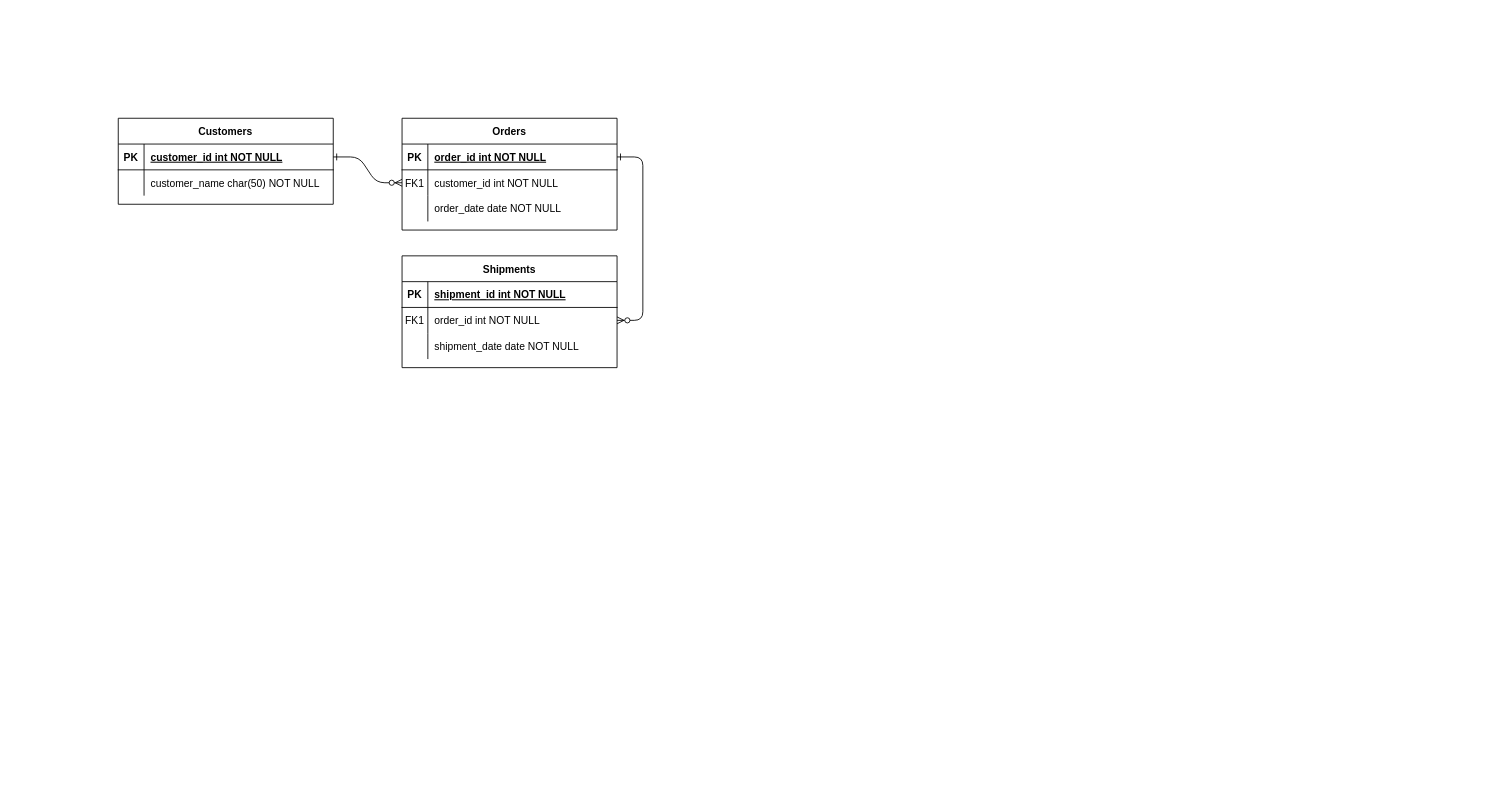
This is Untitled Diagram.drawio from Wenjli974/chatbot_rag_evals, a draw.io file, before an edit. Source tidied: cells renumbered, new cells numbered last; positions are measured from the earlier drawing's top-left corner, leaving out a move shared by most shapes. Both pictures are drawn from the tidied source at 86%, with x=0, y=0 at pixel (118, 118).
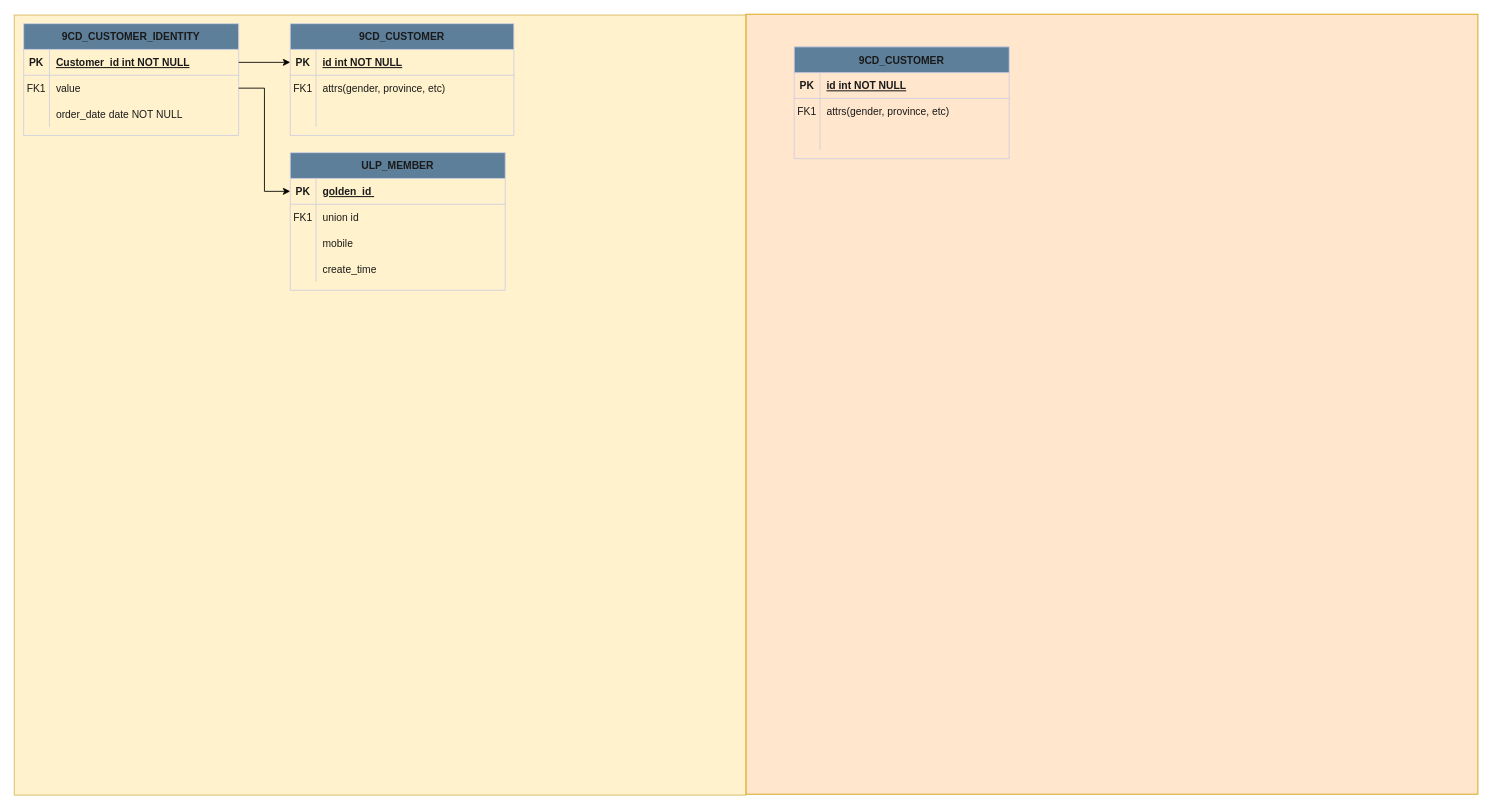
The same diagram, later.

Change to the diagram source:
```diff
@@
-    <mxCell id="2" style="edgeStyle=entityRelationEdgeStyle;endArrow=ERzeroToMany;startArrow=ERone;endFill=1;startFill=0;" parent="1" edge="1" source="25" target="8">
-      <mxGeometry relative="1" as="geometry" />
-    </mxCell>
-    <mxCell id="3" style="edgeStyle=entityRelationEdgeStyle;endArrow=ERzeroToMany;startArrow=ERone;endFill=1;startFill=0;" parent="1" edge="1" source="5" target="18">
-      <mxGeometry relative="1" as="geometry" />
-    </mxCell>
+    <mxCell id="31" style="rounded=0;whiteSpace=wrap;html=1;fillColor=#fff2cc;strokeColor=#d6b656;" parent="1" vertex="1">
+      <mxGeometry x="-121" y="-120" width="851" height="907" as="geometry" />
+    </mxCell>
+    <mxCell id="32" style="rounded=0;whiteSpace=wrap;html=1;fillColor=#ffe6cc;strokeColor=#d79b00;" parent="1" vertex="1">
+      <mxGeometry x="730" y="-121" width="851" height="907" as="geometry" />
+    </mxCell>
-    <mxCell id="4" value="Orders" style="shape=table;startSize=30;childLayout=tableLayout;rowLines=0;fontStyle=1;align=center;" parent="1" vertex="1">
-      <mxGeometry x="330" width="250" height="130" as="geometry" />
+    <mxCell id="4" value="9CD_CUSTOMER_IDENTITY" style="shape=table;startSize=30;childLayout=tableLayout;rowLines=0;fontStyle=1;align=center;labelBackgroundColor=none;fillColor=#5D7F99;strokeColor=#D0CEE2;fontColor=#1A1A1A;rounded=0;" parent="1" vertex="1">
+      <mxGeometry x="-110" y="-110" width="250" height="130" as="geometry" />
     </mxCell>
-    <mxCell id="5" style="shape=partialRectangle;fillColor=none;points=[[0,0.5],[1,0.5]];portConstraint=eastwest;top=0;left=0;right=0;bottom=1;" parent="4" vertex="1">
+    <mxCell id="5" style="shape=partialRectangle;fillColor=none;points=[[0,0.5],[1,0.5]];portConstraint=eastwest;top=0;left=0;right=0;bottom=1;labelBackgroundColor=none;strokeColor=#D0CEE2;fontColor=#1A1A1A;rounded=0;" parent="4" vertex="1">
       <mxGeometry y="30" width="250" height="30" as="geometry" />
     </mxCell>
-    <mxCell id="6" value="PK" style="shape=partialRectangle;overflow=hidden;fillColor=none;top=0;left=0;bottom=0;right=0;fontStyle=1;" parent="5" vertex="1">
+    <mxCell id="6" value="PK" style="shape=partialRectangle;overflow=hidden;fillColor=none;top=0;left=0;bottom=0;right=0;fontStyle=1;labelBackgroundColor=none;strokeColor=#D0CEE2;fontColor=#1A1A1A;rounded=0;" parent="5" vertex="1">
       <mxGeometry width="30" height="30" as="geometry" />
     </mxCell>
-    <mxCell id="7" value="order_id int NOT NULL " style="shape=partialRectangle;overflow=hidden;fillColor=none;top=0;left=0;bottom=0;right=0;align=left;spacingLeft=6;fontStyle=5;" parent="5" vertex="1">
+    <mxCell id="7" value="Customer_id int NOT NULL " style="shape=partialRectangle;overflow=hidden;fillColor=none;top=0;left=0;bottom=0;right=0;align=left;spacingLeft=6;fontStyle=5;labelBackgroundColor=none;strokeColor=#D0CEE2;fontColor=#1A1A1A;rounded=0;" parent="5" vertex="1">
       <mxGeometry x="30" width="220" height="30" as="geometry" />
     </mxCell>
-    <mxCell id="8" style="shape=partialRectangle;fillColor=none;points=[[0,0.5],[1,0.5]];portConstraint=eastwest;top=0;left=0;right=0;bottom=0;" parent="4" vertex="1">
+    <mxCell id="8" style="shape=partialRectangle;fillColor=none;points=[[0,0.5],[1,0.5]];portConstraint=eastwest;top=0;left=0;right=0;bottom=0;labelBackgroundColor=none;strokeColor=#D0CEE2;fontColor=#1A1A1A;rounded=0;" parent="4" vertex="1">
       <mxGeometry y="60" width="250" height="30" as="geometry" />
     </mxCell>
-    <mxCell id="9" value="FK1" style="shape=partialRectangle;overflow=hidden;fillColor=none;top=0;left=0;bottom=0;right=0;" parent="8" vertex="1">
+    <mxCell id="9" value="FK1" style="shape=partialRectangle;overflow=hidden;fillColor=none;top=0;left=0;bottom=0;right=0;labelBackgroundColor=none;strokeColor=#D0CEE2;fontColor=#1A1A1A;rounded=0;" parent="8" vertex="1">
       <mxGeometry width="30" height="30" as="geometry" />
     </mxCell>
-    <mxCell id="10" value="customer_id int NOT NULL" style="shape=partialRectangle;overflow=hidden;fillColor=none;top=0;left=0;bottom=0;right=0;align=left;spacingLeft=6;" parent="8" vertex="1">
+    <mxCell id="10" value="value" style="shape=partialRectangle;overflow=hidden;fillColor=none;top=0;left=0;bottom=0;right=0;align=left;spacingLeft=6;labelBackgroundColor=none;strokeColor=#D0CEE2;fontColor=#1A1A1A;rounded=0;" parent="8" vertex="1">
       <mxGeometry x="30" width="220" height="30" as="geometry" />
     </mxCell>
-    <mxCell id="11" style="shape=partialRectangle;fillColor=none;top=0;left=0;right=0;bottom=0;" parent="4" vertex="1">
+    <mxCell id="11" style="shape=partialRectangle;fillColor=none;top=0;left=0;right=0;bottom=0;labelBackgroundColor=none;strokeColor=#D0CEE2;fontColor=#1A1A1A;rounded=0;" parent="4" vertex="1">
       <mxGeometry y="90" width="250" height="30" as="geometry" />
     </mxCell>
-    <mxCell id="12" style="shape=partialRectangle;overflow=hidden;fillColor=none;top=0;left=0;bottom=0;right=0;" parent="11" vertex="1">
+    <mxCell id="12" style="shape=partialRectangle;overflow=hidden;fillColor=none;top=0;left=0;bottom=0;right=0;labelBackgroundColor=none;strokeColor=#D0CEE2;fontColor=#1A1A1A;rounded=0;" parent="11" vertex="1">
       <mxGeometry width="30" height="30" as="geometry" />
     </mxCell>
-    <mxCell id="13" value="order_date date NOT NULL" style="shape=partialRectangle;overflow=hidden;fillColor=none;top=0;left=0;bottom=0;right=0;align=left;spacingLeft=6;" parent="11" vertex="1">
+    <mxCell id="13" value="order_date date NOT NULL" style="shape=partialRectangle;overflow=hidden;fillColor=none;top=0;left=0;bottom=0;right=0;align=left;spacingLeft=6;labelBackgroundColor=none;strokeColor=#D0CEE2;fontColor=#1A1A1A;rounded=0;" parent="11" vertex="1">
       <mxGeometry x="30" width="220" height="30" as="geometry" />
     </mxCell>
-    <mxCell id="14" value="Shipments" style="shape=table;startSize=30;childLayout=tableLayout;rowLines=0;fontStyle=1;align=center;" parent="1" vertex="1">
-      <mxGeometry x="330" y="160" width="250" height="130" as="geometry" />
+    <mxCell id="14" value="9CD_CUSTOMER" style="shape=table;startSize=30;childLayout=tableLayout;rowLines=0;fontStyle=1;align=center;labelBackgroundColor=none;fillColor=#5D7F99;strokeColor=#D0CEE2;fontColor=#1A1A1A;rounded=0;" parent="1" vertex="1">
+      <mxGeometry x="200" y="-110" width="260" height="130" as="geometry" />
     </mxCell>
-    <mxCell id="15" style="shape=partialRectangle;fillColor=none;points=[[0,0.5],[1,0.5]];portConstraint=eastwest;top=0;left=0;right=0;bottom=1;" parent="14" vertex="1">
-      <mxGeometry y="30" width="250" height="30" as="geometry" />
+    <mxCell id="15" style="shape=partialRectangle;fillColor=none;points=[[0,0.5],[1,0.5]];portConstraint=eastwest;top=0;left=0;right=0;bottom=1;labelBackgroundColor=none;strokeColor=#D0CEE2;fontColor=#1A1A1A;rounded=0;" parent="14" vertex="1">
+      <mxGeometry y="30" width="260" height="30" as="geometry" />
     </mxCell>
-    <mxCell id="16" value="PK" style="shape=partialRectangle;overflow=hidden;fillColor=none;top=0;left=0;bottom=0;right=0;fontStyle=1;" parent="15" vertex="1">
+    <mxCell id="16" value="PK" style="shape=partialRectangle;overflow=hidden;fillColor=none;top=0;left=0;bottom=0;right=0;fontStyle=1;labelBackgroundColor=none;strokeColor=#D0CEE2;fontColor=#1A1A1A;rounded=0;" parent="15" vertex="1">
       <mxGeometry width="30" height="30" as="geometry" />
     </mxCell>
-    <mxCell id="17" value="shipment_id int NOT NULL " style="shape=partialRectangle;overflow=hidden;fillColor=none;top=0;left=0;bottom=0;right=0;align=left;spacingLeft=6;fontStyle=5;" parent="15" vertex="1">
-      <mxGeometry x="30" width="220" height="30" as="geometry" />
+    <mxCell id="17" value="id int NOT NULL " style="shape=partialRectangle;overflow=hidden;fillColor=none;top=0;left=0;bottom=0;right=0;align=left;spacingLeft=6;fontStyle=5;labelBackgroundColor=none;strokeColor=#D0CEE2;fontColor=#1A1A1A;rounded=0;" parent="15" vertex="1">
+      <mxGeometry x="30" width="230" height="30" as="geometry" />
     </mxCell>
-    <mxCell id="18" style="shape=partialRectangle;fillColor=none;points=[[0,0.5],[1,0.5]];portConstraint=eastwest;top=0;left=0;right=0;bottom=0;" parent="14" vertex="1">
-      <mxGeometry y="60" width="250" height="30" as="geometry" />
+    <mxCell id="18" style="shape=partialRectangle;fillColor=none;points=[[0,0.5],[1,0.5]];portConstraint=eastwest;top=0;left=0;right=0;bottom=0;labelBackgroundColor=none;strokeColor=#D0CEE2;fontColor=#1A1A1A;rounded=0;" parent="14" vertex="1">
+      <mxGeometry y="60" width="260" height="30" as="geometry" />
     </mxCell>
-    <mxCell id="19" value="FK1" style="shape=partialRectangle;overflow=hidden;fillColor=none;top=0;left=0;bottom=0;right=0;" parent="18" vertex="1">
+    <mxCell id="19" value="FK1" style="shape=partialRectangle;overflow=hidden;fillColor=none;top=0;left=0;bottom=0;right=0;labelBackgroundColor=none;strokeColor=#D0CEE2;fontColor=#1A1A1A;rounded=0;" parent="18" vertex="1">
       <mxGeometry width="30" height="30" as="geometry" />
     </mxCell>
-    <mxCell id="20" value="order_id int NOT NULL" style="shape=partialRectangle;overflow=hidden;fillColor=none;top=0;left=0;bottom=0;right=0;align=left;spacingLeft=6;" parent="18" vertex="1">
-      <mxGeometry x="30" width="220" height="30" as="geometry" />
+    <mxCell id="20" value="attrs(gender, province, etc)" style="shape=partialRectangle;overflow=hidden;fillColor=none;top=0;left=0;bottom=0;right=0;align=left;spacingLeft=6;labelBackgroundColor=none;strokeColor=#D0CEE2;fontColor=#1A1A1A;rounded=0;" parent="18" vertex="1">
+      <mxGeometry x="30" width="230" height="30" as="geometry" />
     </mxCell>
-    <mxCell id="21" style="shape=partialRectangle;fillColor=none;top=0;left=0;right=0;bottom=0;" parent="14" vertex="1">
-      <mxGeometry y="90" width="250" height="30" as="geometry" />
+    <mxCell id="21" style="shape=partialRectangle;fillColor=none;top=0;left=0;right=0;bottom=0;labelBackgroundColor=none;strokeColor=#D0CEE2;fontColor=#1A1A1A;rounded=0;" parent="14" vertex="1">
+      <mxGeometry y="90" width="260" height="30" as="geometry" />
     </mxCell>
-    <mxCell id="22" style="shape=partialRectangle;overflow=hidden;fillColor=none;top=0;left=0;bottom=0;right=0;" parent="21" vertex="1">
+    <mxCell id="22" style="shape=partialRectangle;overflow=hidden;fillColor=none;top=0;left=0;bottom=0;right=0;labelBackgroundColor=none;strokeColor=#D0CEE2;fontColor=#1A1A1A;rounded=0;" parent="21" vertex="1">
       <mxGeometry width="30" height="30" as="geometry" />
     </mxCell>
-    <mxCell id="23" value="shipment_date date NOT NULL" style="shape=partialRectangle;overflow=hidden;fillColor=none;top=0;left=0;bottom=0;right=0;align=left;spacingLeft=6;" parent="21" vertex="1">
-      <mxGeometry x="30" width="220" height="30" as="geometry" />
+    <mxCell id="23" style="shape=partialRectangle;overflow=hidden;fillColor=none;top=0;left=0;bottom=0;right=0;align=left;spacingLeft=6;labelBackgroundColor=none;strokeColor=#D0CEE2;fontColor=#1A1A1A;rounded=0;" parent="21" vertex="1">
+      <mxGeometry x="30" width="230" height="30" as="geometry" />
     </mxCell>
-    <mxCell id="24" value="Customers" style="shape=table;startSize=30;childLayout=tableLayout;rowLines=0;fontStyle=1;align=center;" parent="1" vertex="1">
-      <mxGeometry width="250" height="100" as="geometry" />
+    <mxCell id="24" value="ULP_MEMBER" style="shape=table;startSize=30;childLayout=tableLayout;rowLines=0;fontStyle=1;align=center;labelBackgroundColor=none;fillColor=#5D7F99;strokeColor=#D0CEE2;fontColor=#1A1A1A;rounded=0;" parent="1" vertex="1">
+      <mxGeometry x="200" y="40" width="250" height="160" as="geometry" />
     </mxCell>
-    <mxCell id="25" style="shape=partialRectangle;fillColor=none;points=[[0,0.5],[1,0.5]];portConstraint=eastwest;top=0;left=0;right=0;bottom=1;" parent="24" vertex="1">
+    <mxCell id="25" style="shape=partialRectangle;fillColor=none;points=[[0,0.5],[1,0.5]];portConstraint=eastwest;top=0;left=0;right=0;bottom=1;labelBackgroundColor=none;strokeColor=#D0CEE2;fontColor=#1A1A1A;rounded=0;" parent="24" vertex="1">
       <mxGeometry y="30" width="250" height="30" as="geometry" />
     </mxCell>
-    <mxCell id="26" value="PK" style="shape=partialRectangle;overflow=hidden;fillColor=none;top=0;left=0;bottom=0;right=0;fontStyle=1;" parent="25" vertex="1">
+    <mxCell id="26" value="PK" style="shape=partialRectangle;overflow=hidden;fillColor=none;top=0;left=0;bottom=0;right=0;fontStyle=1;labelBackgroundColor=none;strokeColor=#D0CEE2;fontColor=#1A1A1A;rounded=0;" parent="25" vertex="1">
       <mxGeometry width="30" height="30" as="geometry" />
     </mxCell>
-    <mxCell id="27" value="customer_id int NOT NULL " style="shape=partialRectangle;overflow=hidden;fillColor=none;top=0;left=0;bottom=0;right=0;align=left;spacingLeft=6;fontStyle=5;" parent="25" vertex="1">
+    <mxCell id="27" value="golden_id " style="shape=partialRectangle;overflow=hidden;fillColor=none;top=0;left=0;bottom=0;right=0;align=left;spacingLeft=6;fontStyle=5;labelBackgroundColor=none;strokeColor=#D0CEE2;fontColor=#1A1A1A;rounded=0;" parent="25" vertex="1">
       <mxGeometry x="30" width="220" height="30" as="geometry" />
     </mxCell>
-    <mxCell id="28" style="shape=partialRectangle;fillColor=none;top=0;left=0;right=0;bottom=0;" parent="24" vertex="1">
+    <mxCell id="28" style="shape=partialRectangle;fillColor=none;top=0;left=0;right=0;bottom=0;labelBackgroundColor=none;strokeColor=#D0CEE2;fontColor=#1A1A1A;rounded=0;" parent="24" vertex="1">
       <mxGeometry y="60" width="250" height="30" as="geometry" />
     </mxCell>
-    <mxCell id="29" style="shape=partialRectangle;overflow=hidden;fillColor=none;top=0;left=0;bottom=0;right=0;" parent="28" vertex="1">
+    <mxCell id="29" value="FK1" style="shape=partialRectangle;overflow=hidden;fillColor=none;top=0;left=0;bottom=0;right=0;labelBackgroundColor=none;strokeColor=#D0CEE2;fontColor=#1A1A1A;rounded=0;" parent="28" vertex="1">
       <mxGeometry width="30" height="30" as="geometry" />
     </mxCell>
-    <mxCell id="30" value="customer_name char(50) NOT NULL" style="shape=partialRectangle;overflow=hidden;fillColor=none;top=0;left=0;bottom=0;right=0;align=left;spacingLeft=6;" parent="28" vertex="1">
+    <mxCell id="30" value="union id" style="shape=partialRectangle;overflow=hidden;fillColor=none;top=0;left=0;bottom=0;right=0;align=left;spacingLeft=6;labelBackgroundColor=none;strokeColor=#D0CEE2;fontColor=#1A1A1A;rounded=0;" parent="28" vertex="1">
       <mxGeometry x="30" width="220" height="30" as="geometry" />
     </mxCell>
+    <mxCell id="33" style="shape=partialRectangle;fillColor=none;top=0;left=0;right=0;bottom=0;labelBackgroundColor=none;strokeColor=#D0CEE2;fontColor=#1A1A1A;rounded=0;" parent="24" vertex="1">
+      <mxGeometry y="90" width="250" height="30" as="geometry" />
+    </mxCell>
+    <mxCell id="34" style="shape=partialRectangle;overflow=hidden;fillColor=none;top=0;left=0;bottom=0;right=0;labelBackgroundColor=none;strokeColor=#D0CEE2;fontColor=#1A1A1A;rounded=0;" parent="33" vertex="1">
+      <mxGeometry width="30" height="30" as="geometry" />
+    </mxCell>
+    <mxCell id="35" value="mobile" style="shape=partialRectangle;overflow=hidden;fillColor=none;top=0;left=0;bottom=0;right=0;align=left;spacingLeft=6;labelBackgroundColor=none;strokeColor=#D0CEE2;fontColor=#1A1A1A;rounded=0;" parent="33" vertex="1">
+      <mxGeometry x="30" width="220" height="30" as="geometry" />
+    </mxCell>
+    <mxCell id="36" style="shape=partialRectangle;fillColor=none;top=0;left=0;right=0;bottom=0;labelBackgroundColor=none;strokeColor=#D0CEE2;fontColor=#1A1A1A;rounded=0;" parent="24" vertex="1">
+      <mxGeometry y="120" width="250" height="30" as="geometry" />
+    </mxCell>
+    <mxCell id="37" style="shape=partialRectangle;overflow=hidden;fillColor=none;top=0;left=0;bottom=0;right=0;labelBackgroundColor=none;strokeColor=#D0CEE2;fontColor=#1A1A1A;rounded=0;" parent="36" vertex="1">
+      <mxGeometry width="30" height="30" as="geometry" />
+    </mxCell>
+    <mxCell id="38" value="create_time" style="shape=partialRectangle;overflow=hidden;fillColor=none;top=0;left=0;bottom=0;right=0;align=left;spacingLeft=6;labelBackgroundColor=none;strokeColor=#D0CEE2;fontColor=#1A1A1A;rounded=0;" parent="36" vertex="1">
+      <mxGeometry x="30" width="220" height="30" as="geometry" />
+    </mxCell>
+    <mxCell id="39" value="9CD_CUSTOMER" style="shape=table;startSize=30;childLayout=tableLayout;rowLines=0;fontStyle=1;align=center;labelBackgroundColor=none;fillColor=#5D7F99;strokeColor=#D0CEE2;fontColor=#1A1A1A;rounded=0;" parent="1" vertex="1">
+      <mxGeometry x="786" y="-83" width="250" height="130" as="geometry" />
+    </mxCell>
+    <mxCell id="40" style="shape=partialRectangle;fillColor=none;top=0;left=0;right=0;bottom=1;labelBackgroundColor=none;strokeColor=#D0CEE2;fontColor=#1A1A1A;rounded=0;" parent="39" vertex="1">
+      <mxGeometry y="30" width="250" height="30" as="geometry" />
+    </mxCell>
+    <mxCell id="41" value="PK" style="shape=partialRectangle;overflow=hidden;fillColor=none;top=0;left=0;bottom=0;right=0;fontStyle=1;labelBackgroundColor=none;strokeColor=#D0CEE2;fontColor=#1A1A1A;rounded=0;" parent="40" vertex="1">
+      <mxGeometry width="30" height="30" as="geometry" />
+    </mxCell>
+    <mxCell id="42" value="id int NOT NULL " style="shape=partialRectangle;overflow=hidden;fillColor=none;top=0;left=0;bottom=0;right=0;align=left;spacingLeft=6;fontStyle=5;labelBackgroundColor=none;strokeColor=#D0CEE2;fontColor=#1A1A1A;rounded=0;" parent="40" vertex="1">
+      <mxGeometry x="30" width="220" height="30" as="geometry" />
+    </mxCell>
+    <mxCell id="43" style="shape=partialRectangle;fillColor=none;top=0;left=0;right=0;bottom=0;labelBackgroundColor=none;strokeColor=#D0CEE2;fontColor=#1A1A1A;rounded=0;" parent="39" vertex="1">
+      <mxGeometry y="60" width="250" height="30" as="geometry" />
+    </mxCell>
+    <mxCell id="44" value="FK1" style="shape=partialRectangle;overflow=hidden;fillColor=none;top=0;left=0;bottom=0;right=0;labelBackgroundColor=none;strokeColor=#D0CEE2;fontColor=#1A1A1A;rounded=0;" parent="43" vertex="1">
+      <mxGeometry width="30" height="30" as="geometry" />
+    </mxCell>
+    <mxCell id="45" value="attrs(gender, province, etc)" style="shape=partialRectangle;overflow=hidden;fillColor=none;top=0;left=0;bottom=0;right=0;align=left;spacingLeft=6;labelBackgroundColor=none;strokeColor=#D0CEE2;fontColor=#1A1A1A;rounded=0;" parent="43" vertex="1">
+      <mxGeometry x="30" width="220" height="30" as="geometry" />
+    </mxCell>
+    <mxCell id="46" style="shape=partialRectangle;fillColor=none;top=0;left=0;right=0;bottom=0;labelBackgroundColor=none;strokeColor=#D0CEE2;fontColor=#1A1A1A;rounded=0;" parent="39" vertex="1">
+      <mxGeometry y="90" width="250" height="30" as="geometry" />
+    </mxCell>
+    <mxCell id="47" style="shape=partialRectangle;overflow=hidden;fillColor=none;top=0;left=0;bottom=0;right=0;labelBackgroundColor=none;strokeColor=#D0CEE2;fontColor=#1A1A1A;rounded=0;" parent="46" vertex="1">
+      <mxGeometry width="30" height="30" as="geometry" />
+    </mxCell>
+    <mxCell id="48" style="shape=partialRectangle;overflow=hidden;fillColor=none;top=0;left=0;bottom=0;right=0;align=left;spacingLeft=6;labelBackgroundColor=none;strokeColor=#D0CEE2;fontColor=#1A1A1A;rounded=0;" parent="46" vertex="1">
+      <mxGeometry x="30" width="220" height="30" as="geometry" />
+    </mxCell>
+    <mxCell id="49" style="edgeStyle=orthogonalEdgeStyle;rounded=0;jettySize=auto;html=1;exitX=1;exitY=0.5;exitDx=0;exitDy=0;" parent="1" edge="1" source="5" target="15">
+      <mxGeometry relative="1" as="geometry" />
+    </mxCell>
+    <mxCell id="50" style="edgeStyle=orthogonalEdgeStyle;rounded=0;jettySize=auto;html=1;exitX=1;exitY=0.5;exitDx=0;exitDy=0;entryX=0;entryY=0.5;entryDx=0;entryDy=0;" parent="1" edge="1" source="8" target="25">
+      <mxGeometry relative="1" as="geometry" />
+    </mxCell>
```
